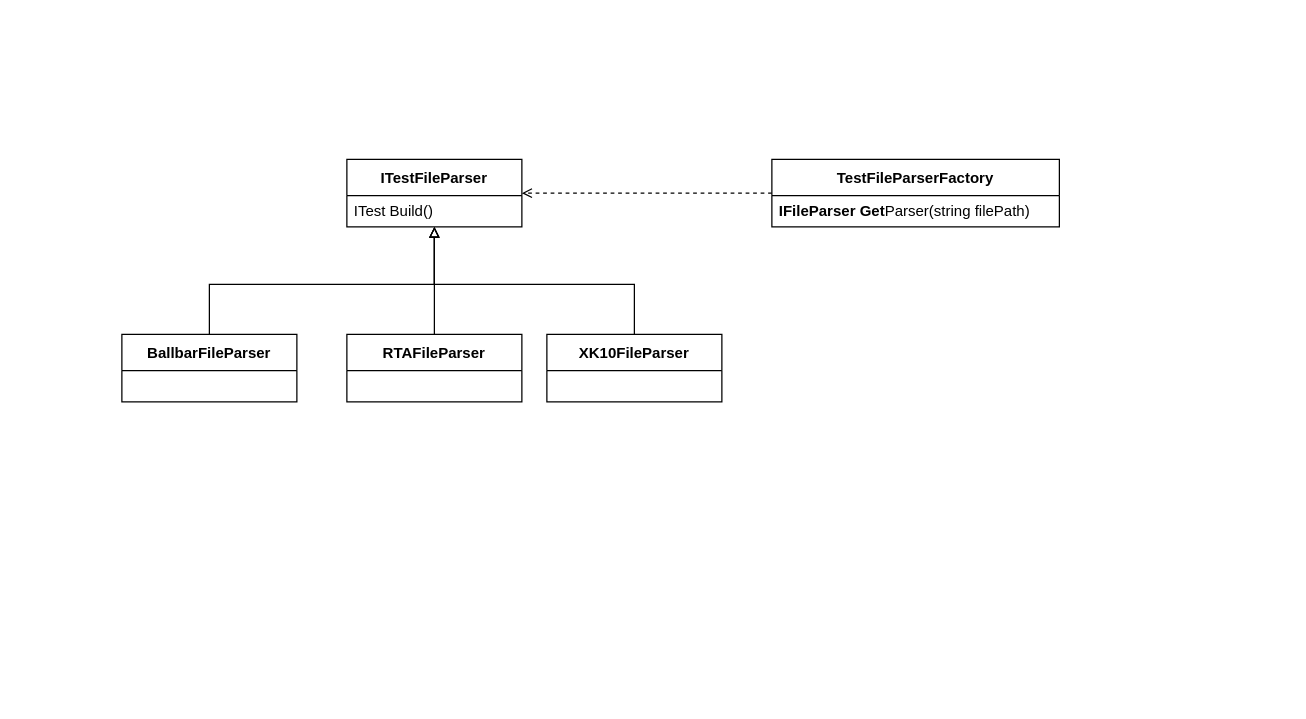
Before: Explore/FileTestRepository.drawio in AmolSJawalkar/DrawIO, a draw.io diagram. Source tidied: cells renumbered, new cells numbered last; positions are measured from the earlier drawing's top-left corner, leaving out a move shared by most shapes. Both pictures are drawn from the tidied source at 125%, with x=0, y=0 at pixel (121, 159).
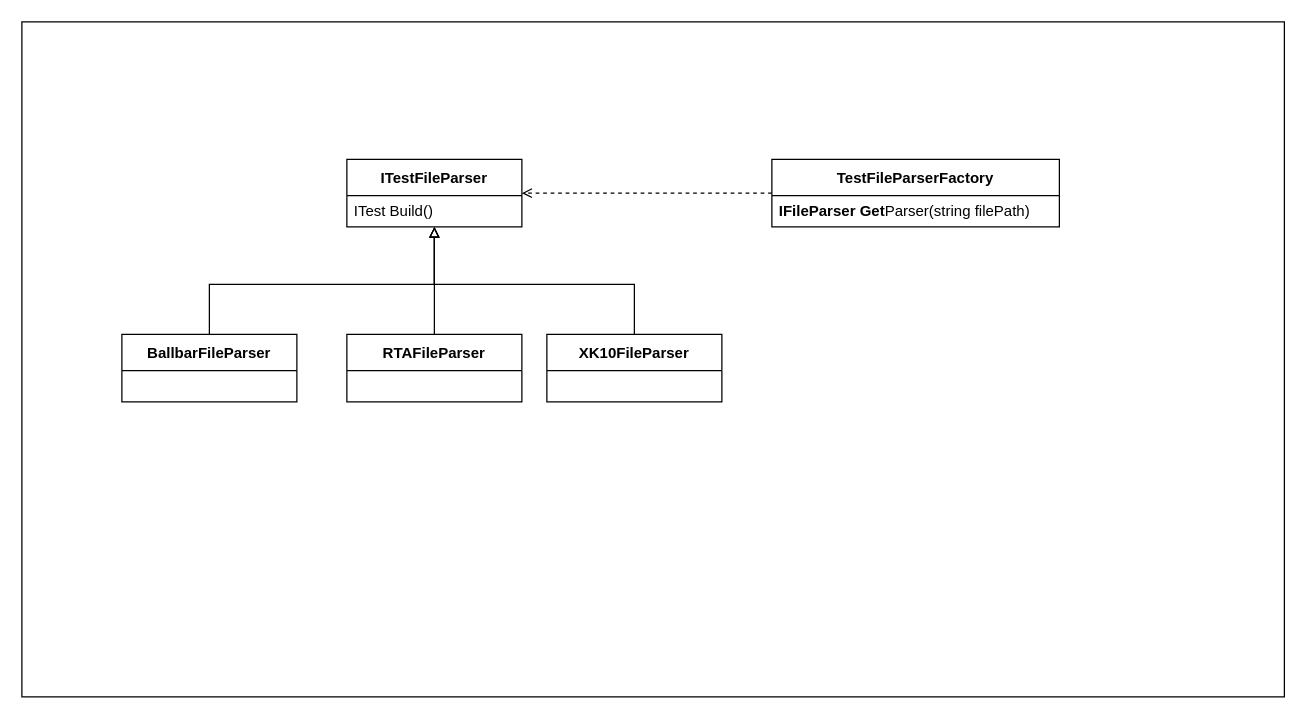
Above is the later version.

The edit, as a diff of the source:
```diff
@@
 <mxGraphModel>
   <root>
     <mxCell id="0" />
     <mxCell id="1" parent="0" />
+    <mxCell id="13" style="rounded=0;whiteSpace=wrap;html=1;" parent="1" vertex="1">
+      <mxGeometry x="-80" y="-110" width="1010" height="540" as="geometry" />
+    </mxCell>
     <mxCell id="2" style="edgeStyle=orthogonalEdgeStyle;rounded=0;jettySize=auto;html=1;endArrow=open;endFill=0;dashed=1;" parent="1" edge="1" source="3" target="5">
       <mxGeometry relative="1" as="geometry" />
     </mxCell>
     <mxCell id="3" value="TestFileParserFactory" style="swimlane;fontStyle=1;align=center;verticalAlign=middle;horizontal=1;startSize=29;html=1;whiteSpace=wrap;" parent="1" vertex="1">
       <mxGeometry x="520" width="230" height="54" as="geometry" />
     </mxCell>
     <mxCell id="4" value="&lt;span style=&quot;font-weight: 700; text-align: center;&quot;&gt;IFileParser Get&lt;/span&gt;Parser(string filePath)" style="text;html=1;strokeColor=none;fillColor=none;align=left;verticalAlign=middle;spacingLeft=4;spacingRight=4;overflow=hidden;whiteSpace=wrap;" parent="3" vertex="1">
       <mxGeometry y="29" width="230" height="25" as="geometry" />
     </mxCell>
     <mxCell id="5" value="ITestFileParser" style="swimlane;fontStyle=1;align=center;verticalAlign=middle;horizontal=1;startSize=29;html=1;whiteSpace=wrap;" parent="1" vertex="1">
       <mxGeometry x="180" width="140" height="54" as="geometry" />
     </mxCell>
     <mxCell id="6" value="ITest Build()" style="text;html=1;strokeColor=none;fillColor=none;align=left;verticalAlign=middle;spacingLeft=4;spacingRight=4;overflow=hidden;whiteSpace=wrap;" parent="5" vertex="1">
       <mxGeometry y="29" width="140" height="25" as="geometry" />
     </mxCell>
     <mxCell id="7" style="edgeStyle=orthogonalEdgeStyle;rounded=0;jettySize=auto;html=1;endArrow=block;endFill=0;" parent="1" edge="1" source="8" target="5">
       <mxGeometry relative="1" as="geometry" />
     </mxCell>
     <mxCell id="8" value="RTAFileParser" style="swimlane;fontStyle=1;align=center;verticalAlign=middle;horizontal=1;startSize=29;html=1;whiteSpace=wrap;" parent="1" vertex="1">
       <mxGeometry x="180" y="140" width="140" height="54" as="geometry" />
     </mxCell>
     <mxCell id="9" style="edgeStyle=orthogonalEdgeStyle;rounded=0;jettySize=auto;html=1;endArrow=block;endFill=0;" parent="1" edge="1" source="10" target="5">
       <mxGeometry relative="1" as="geometry">
         <Array as="points">
           <mxPoint x="410" y="100" />
           <mxPoint x="250" y="100" />
         </Array>
       </mxGeometry>
     </mxCell>
     <mxCell id="10" value="XK10FileParser" style="swimlane;fontStyle=1;align=center;verticalAlign=middle;horizontal=1;startSize=29;html=1;whiteSpace=wrap;" parent="1" vertex="1">
       <mxGeometry x="340" y="140" width="140" height="54" as="geometry" />
     </mxCell>
     <mxCell id="11" style="edgeStyle=orthogonalEdgeStyle;rounded=0;jettySize=auto;html=1;endArrow=block;endFill=0;" parent="1" edge="1" source="12" target="5">
       <mxGeometry relative="1" as="geometry">
         <Array as="points">
           <mxPoint x="70" y="100" />
           <mxPoint x="250" y="100" />
         </Array>
       </mxGeometry>
     </mxCell>
     <mxCell id="12" value="BallbarFileParser" style="swimlane;fontStyle=1;align=center;verticalAlign=middle;horizontal=1;startSize=29;html=1;whiteSpace=wrap;" parent="1" vertex="1">
       <mxGeometry y="140" width="140" height="54" as="geometry" />
     </mxCell>
   </root>
 </mxGraphModel>
```
